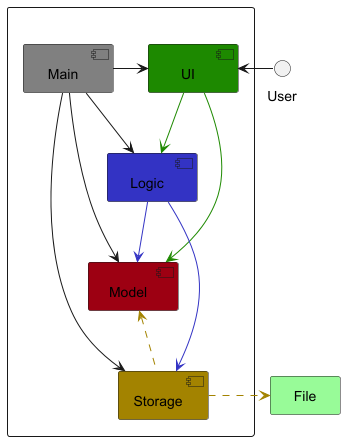
Above: docs/diagrams/architecture-diagrams/ArchitectureDiagram.png in irfandeen/tp (PlantUML), before the change. Its diagram source:
```plantuml
@startuml ArchitectureDiagram

!include ../../style.puml


package " "{
    [UI] UI_COLOR
    [Logic]LOGIC_COLOR
    [Model]MODEL_COLOR
    [Storage]STORAGE_COLOR
    [Main]#grey
}

rectangle "File" as File #palegreen

User -left-> UI
Main -> UI
Main --> Logic
Main --> Model
Main --> Storage
UI -[UI_COLOR]-> Logic
UI -[UI_COLOR]-> Model
Logic -[LOGIC_COLOR]-> Storage
Logic -[LOGIC_COLOR]-> Model
Storage -up[STORAGE_COLOR].> Model
Storage -right[STORAGE_COLOR].> File


@enduml
```
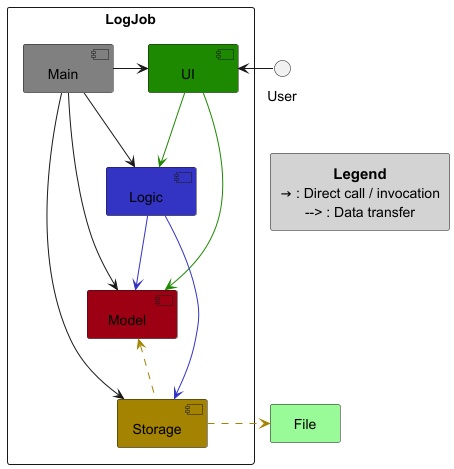
Above is the later version.

Commit message:
Add legend to architecture diagram

The edit, as a diff of the source:
```diff
@@ -3,7 +3,7 @@
 !include ../../style.puml
 
 
-package " "{
+package LogJob{
     [UI] UI_COLOR
     [Logic]LOGIC_COLOR
     [Model]MODEL_COLOR
@@ -25,5 +25,10 @@
 Storage -up[STORAGE_COLOR].> Model
 Storage -right[STORAGE_COLOR].> File
 
+rectangle "===Legend\n→ : Direct call / invocation\n--> : Data transfer" as LEGEND #lightgrey
+
+UI -[hidden]-> LEGEND
+
+
 
 @enduml
```
